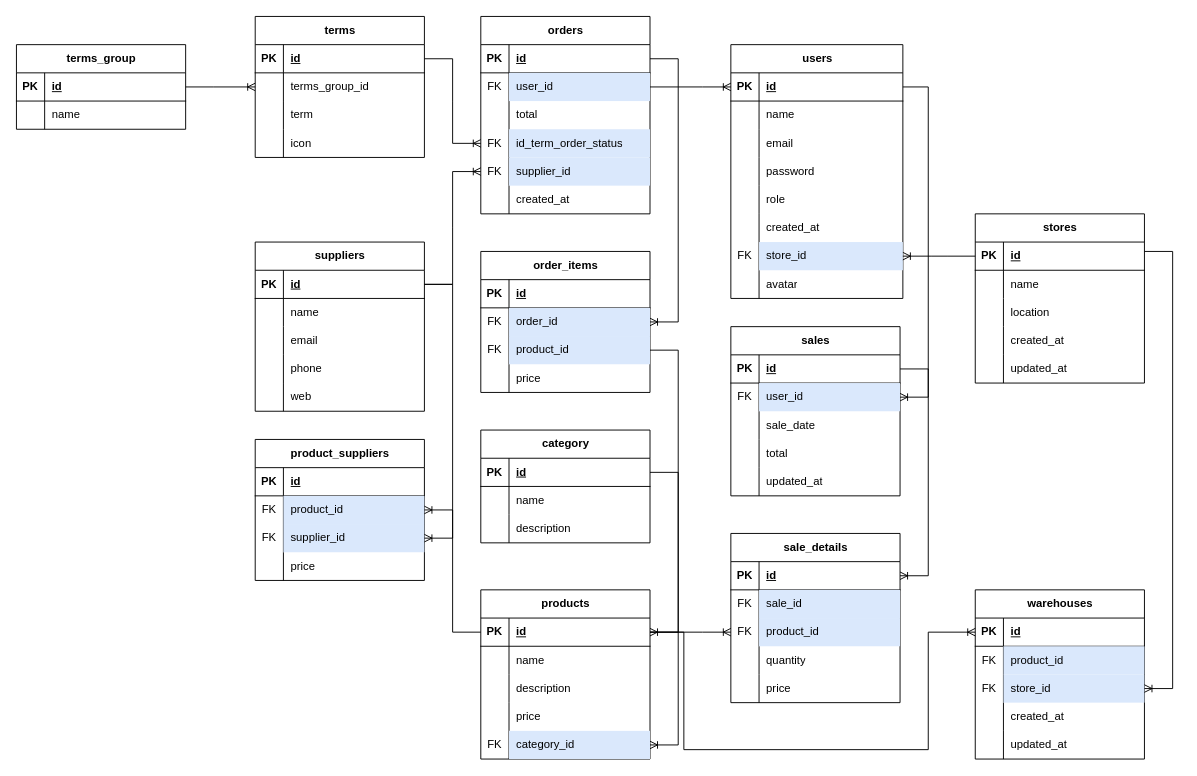
This is Diagrama sin título.drawio from FReyesft/FTSHOP_DB, a draw.io file, before an edit. Source tidied: cells renumbered, new cells numbered last; positions are measured from the earlier drawing's top-left corner, leaving out a move shared by most shapes. Both pictures are drawn from the tidied source at 94%, with x=0, y=0 at pixel (16, 16).
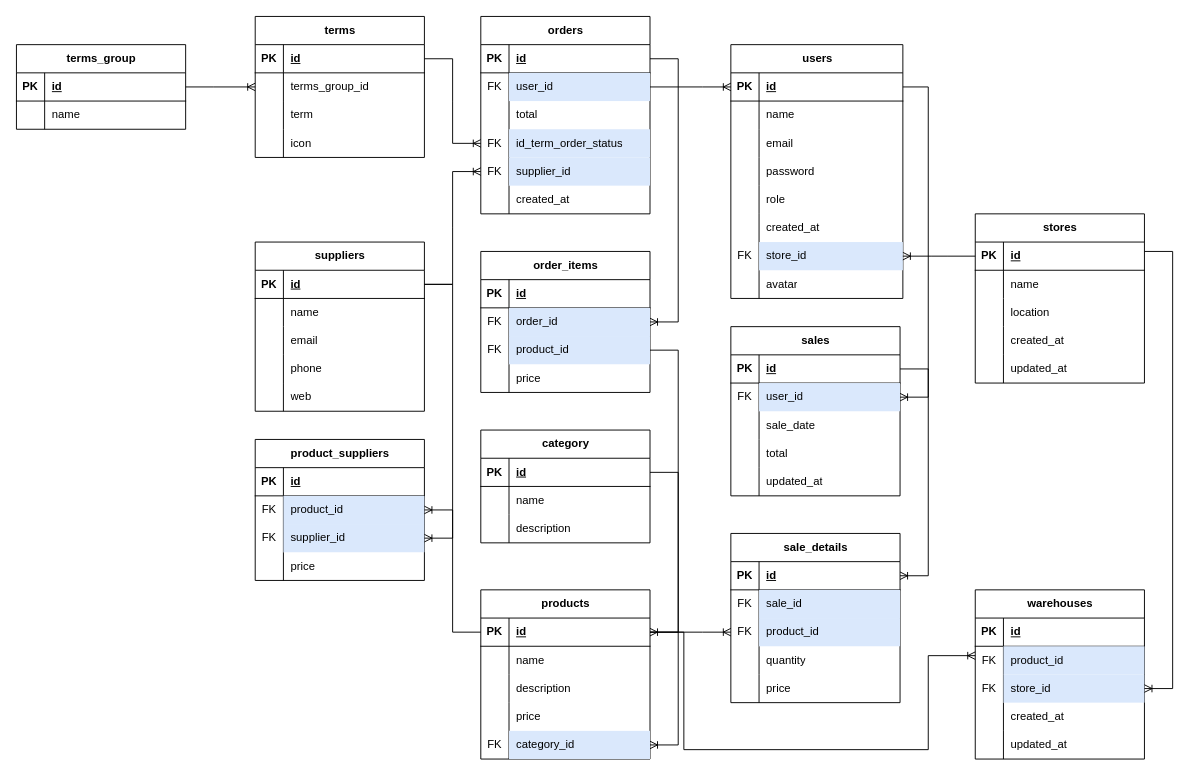
After the change.

Commit message (it also covers changes not shown here):
Actualizar Diagrama DB.drawio

The change refers to these unchanged cells:
```xml
<mxCell id="105" style="shape=tableRow;horizontal=0;startSize=0;swimlaneHead=0;swimlaneBody=0;fillColor=none;points=[[0,0.5],[1,0.5]];portConstraint=eastwest;top=0;left=0;right=0;bottom=1;" parent="104" vertex="1">
  <mxGeometry y="30" width="180" height="30" as="geometry" />
</mxCell>
<mxCell id="196" style="shape=tableRow;horizontal=0;startSize=0;swimlaneHead=0;swimlaneBody=0;fillColor=none;points=[[0,0.5],[1,0.5]];portConstraint=eastwest;top=0;left=0;right=0;bottom=1;" parent="195" vertex="1">
  <mxGeometry y="30" width="180" height="30" as="geometry" />
</mxCell>
```

What changed in the source:
```diff
@@
-    <mxCell id="212" style="edgeStyle=orthogonalEdgeStyle;fontSize=12;html=1;endArrow=ERoneToMany;rounded=0;exitX=1;exitY=0.5;exitDx=0;exitDy=0;entryX=0;entryY=0.5;entryDx=0;entryDy=0;elbow=vertical;" parent="1" edge="1" source="105" target="196">
+    <mxCell id="212" style="edgeStyle=orthogonalEdgeStyle;fontSize=12;html=1;endArrow=ERoneToMany;rounded=0;exitX=1;exitY=0.5;exitDx=0;exitDy=0;elbow=vertical;" parent="1" edge="1" source="105">
       <mxGeometry relative="1" as="geometry">
+        <mxPoint x="1020" y="680" as="targetPoint" />
         <Array as="points">
           <mxPoint x="710" y="655" />
           <mxPoint x="710" y="780" />
           <mxPoint x="970" y="780" />
-          <mxPoint x="970" y="655" />
+          <mxPoint x="970" y="680" />
+          <mxPoint x="1020" y="680" />
         </Array>
       </mxGeometry>
     </mxCell>
```
